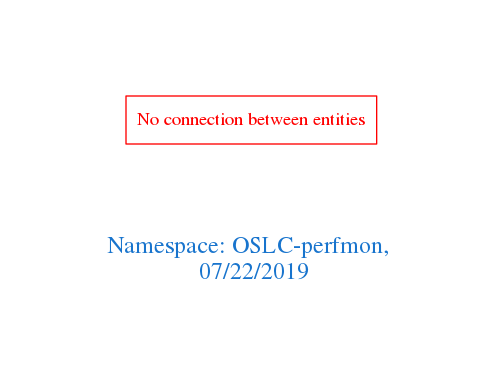
Above: downloads/OSLC-perfmon.png in arago/OGIT (Graphviz), before the change. Its source is kept beside it as downloads/OSLC-perfmon.dot.
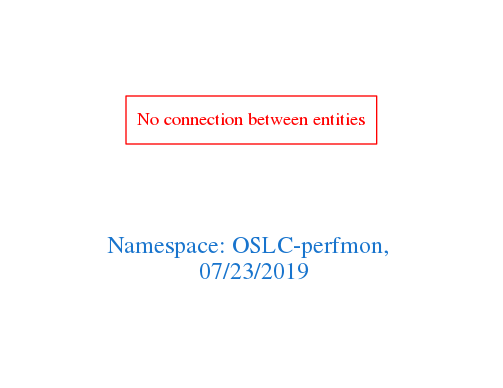
Above is the later version.

What changed in the source:
```diff
@@ -1,7 +1,7 @@
 digraph OGIT_ontology {
  graph [ rankdir= LR,pad=1
 fontsize = 18,
-fontcolor= dodgerblue3,label = "\n\n\nNamespace: OSLC-perfmon, \n 07/22/2019"];
+fontcolor= dodgerblue3,label = "\n\n\nNamespace: OSLC-perfmon, \n 07/23/2019"];
 node[shape=polygon];
 edge [  color="gray81"];
 
```
